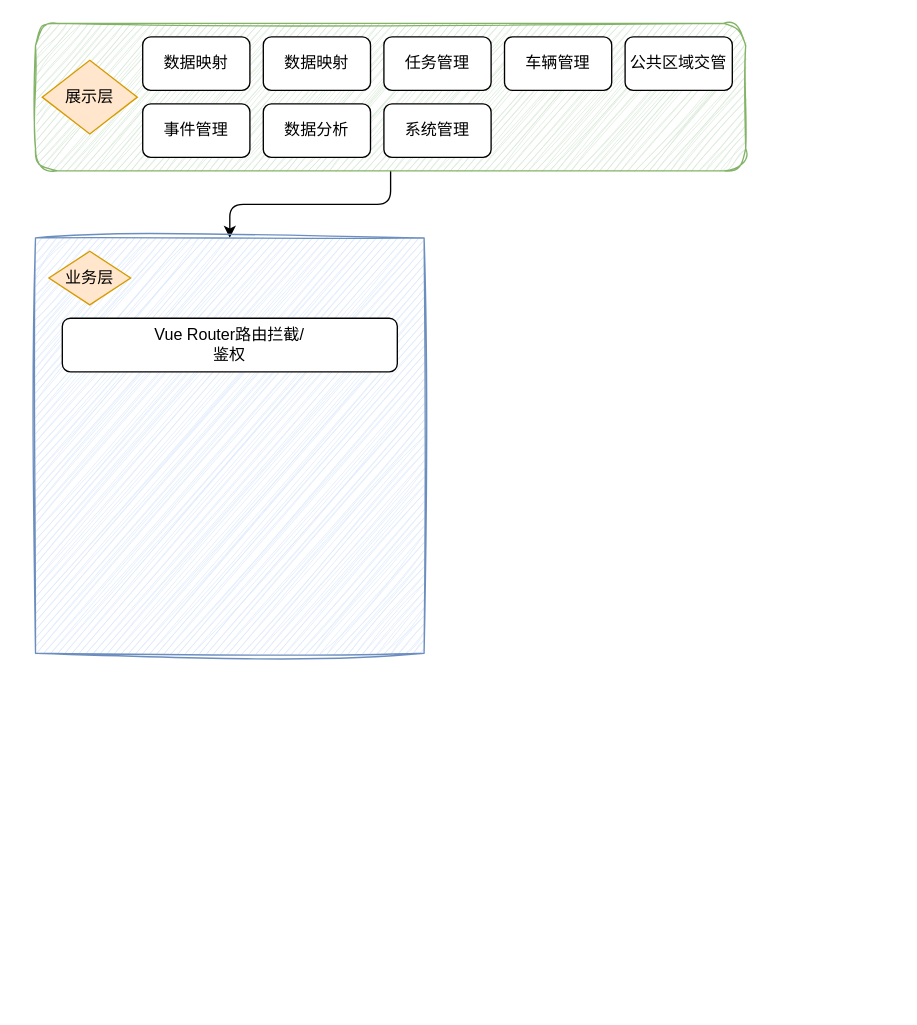
This is diagrams/未命名绘图.drawio from simon-sua/diagram_charts, a draw.io file, before an edit. Source tidied: cells renumbered, new cells numbered last; positions are measured from the earlier drawing's top-left corner, leaving out a move shared by most shapes. Both pictures are drawn from the tidied source at 134%, with x=0, y=0 at pixel (35, 23).
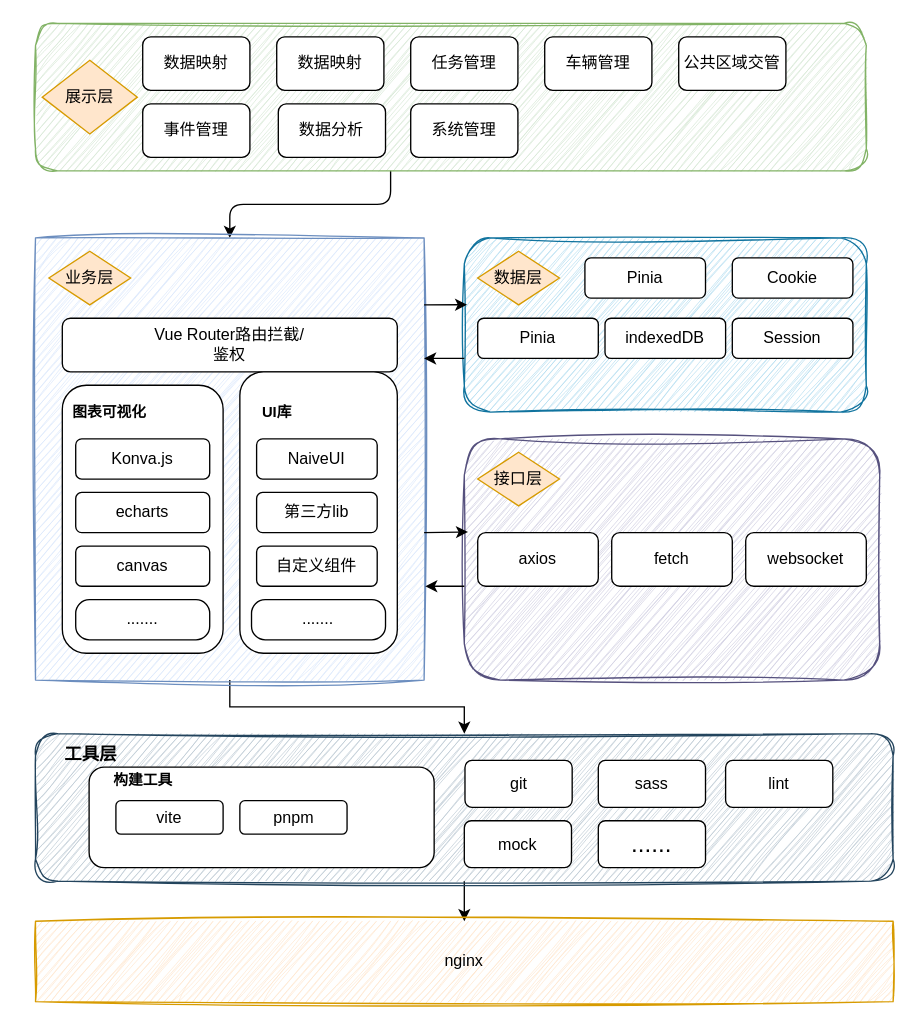
The same diagram, later.

Commit message:
更新未命名绘图.drawio

Change to the diagram source:
```diff
@@
     <mxCell id="2" style="edgeStyle=orthogonalEdgeStyle;rounded=1;jettySize=auto;html=1;" parent="1" edge="1" source="3" target="9">
-      <mxGeometry relative="1" as="geometry" />
+      <mxGeometry relative="1" as="geometry">
+        <Array as="points">
+          <mxPoint x="265" y="135" />
+          <mxPoint x="145" y="135" />
+        </Array>
+      </mxGeometry>
     </mxCell>
     <mxCell id="3" style="rounded=1;whiteSpace=wrap;html=1;fillColor=#d5e8d4;strokeColor=#82b366;shadow=0;glass=0;sketch=1;curveFitting=1;jiggle=2;" parent="1" vertex="1">
-      <mxGeometry width="530" height="110" as="geometry" />
+      <mxGeometry width="620" height="110" as="geometry" />
     </mxCell>
@@
     <mxCell id="5" value="数据映射" style="rounded=1;whiteSpace=wrap;html=1;" parent="1" vertex="1">
-      <mxGeometry x="170" y="10" width="80" height="40" as="geometry" />
+      <mxGeometry x="180" y="10" width="80" height="40" as="geometry" />
     </mxCell>
     <mxCell id="6" value="任务管理" style="rounded=1;whiteSpace=wrap;html=1;" parent="1" vertex="1">
-      <mxGeometry x="260" y="10" width="80" height="40" as="geometry" />
+      <mxGeometry x="280" y="10" width="80" height="40" as="geometry" />
     </mxCell>
     <mxCell id="7" value="车辆管理" style="rounded=1;whiteSpace=wrap;html=1;" parent="1" vertex="1">
-      <mxGeometry x="350" y="10" width="80" height="40" as="geometry" />
+      <mxGeometry x="380" y="10" width="80" height="40" as="geometry" />
     </mxCell>
     <mxCell id="8" value="公共区域交管" style="rounded=1;whiteSpace=wrap;html=1;" parent="1" vertex="1">
-      <mxGeometry x="440" y="10" width="80" height="40" as="geometry" />
+      <mxGeometry x="480" y="10" width="80" height="40" as="geometry" />
     </mxCell>
+    <mxCell id="16" style="edgeStyle=orthogonalEdgeStyle;rounded=0;jettySize=auto;html=1;" parent="1" edge="1" source="9" target="42">
+      <mxGeometry relative="1" as="geometry" />
+    </mxCell>
     <mxCell id="9" style="rounded=0;whiteSpace=wrap;html=1;fillColor=#dae8fc;strokeColor=#6c8ebf;sketch=1;curveFitting=1;jiggle=2;" parent="1" vertex="1">
-      <mxGeometry y="160" width="290" height="310" as="geometry" />
+      <mxGeometry y="160" width="290" height="330" as="geometry" />
     </mxCell>
@@
     <mxCell id="12" value="数据分析" style="rounded=1;whiteSpace=wrap;html=1;" parent="1" vertex="1">
-      <mxGeometry x="170" y="60" width="80" height="40" as="geometry" />
+      <mxGeometry x="181.2" y="60" width="80" height="40" as="geometry" />
     </mxCell>
     <mxCell id="13" value="系统管理" style="rounded=1;whiteSpace=wrap;html=1;" parent="1" vertex="1">
-      <mxGeometry x="260" y="60" width="80" height="40" as="geometry" />
+      <mxGeometry x="280" y="60" width="80" height="40" as="geometry" />
     </mxCell>
@@
+    <mxCell id="17" style="rounded=1;whiteSpace=wrap;html=1;" parent="1" vertex="1">
+      <mxGeometry x="20" y="270" width="120" height="200" as="geometry" />
+    </mxCell>
+    <mxCell id="18" style="rounded=1;whiteSpace=wrap;html=1;" parent="1" vertex="1">
+      <mxGeometry x="152.5" y="260" width="117.5" height="210" as="geometry" />
+    </mxCell>
+    <mxCell id="19" value="图表可视化" style="text;strokeColor=none;fillColor=none;html=1;fontSize=11;fontStyle=1;verticalAlign=middle;align=center;" parent="1" vertex="1">
+      <mxGeometry x="5" y="270" width="100" height="40" as="geometry" />
+    </mxCell>
+    <mxCell id="20" value="Konva.js" style="rounded=1;whiteSpace=wrap;html=1;" parent="1" vertex="1">
+      <mxGeometry x="30" y="310" width="100" height="30" as="geometry" />
+    </mxCell>
+    <mxCell id="21" value="echarts" style="rounded=1;whiteSpace=wrap;html=1;" parent="1" vertex="1">
+      <mxGeometry x="30" y="350" width="100" height="30" as="geometry" />
+    </mxCell>
+    <mxCell id="22" value="canvas" style="rounded=1;whiteSpace=wrap;html=1;" parent="1" vertex="1">
+      <mxGeometry x="30" y="390" width="100" height="30" as="geometry" />
+    </mxCell>
+    <mxCell id="23" value="UI库" style="text;strokeColor=none;fillColor=none;html=1;fontSize=11;fontStyle=1;verticalAlign=middle;align=center;" parent="1" vertex="1">
+      <mxGeometry x="130" y="270" width="100" height="40" as="geometry" />
+    </mxCell>
+    <mxCell id="24" value="NaiveUI" style="rounded=1;whiteSpace=wrap;html=1;" parent="1" vertex="1">
+      <mxGeometry x="165" y="310" width="90" height="30" as="geometry" />
+    </mxCell>
+    <mxCell id="25" value="第三方lib" style="rounded=1;whiteSpace=wrap;html=1;" parent="1" vertex="1">
+      <mxGeometry x="165" y="350" width="90" height="30" as="geometry" />
+    </mxCell>
+    <mxCell id="26" value="自定义组件" style="rounded=1;whiteSpace=wrap;html=1;" parent="1" vertex="1">
+      <mxGeometry x="165" y="390" width="90" height="30" as="geometry" />
+    </mxCell>
+    <mxCell id="27" value="......." style="rounded=1;whiteSpace=wrap;html=1;arcSize=34;" parent="1" vertex="1">
+      <mxGeometry x="30" y="430" width="100" height="30" as="geometry" />
+    </mxCell>
+    <mxCell id="28" value="......." style="rounded=1;whiteSpace=wrap;html=1;arcSize=34;" parent="1" vertex="1">
+      <mxGeometry x="161.2" y="430" width="100" height="30" as="geometry" />
+    </mxCell>
+    <mxCell id="29" style="rounded=1;whiteSpace=wrap;html=1;fillColor=#b1ddf0;strokeColor=#10739e;sketch=1;curveFitting=1;jiggle=2;shadow=0;" parent="1" vertex="1">
+      <mxGeometry x="320" y="160" width="300" height="130" as="geometry" />
+    </mxCell>
+    <mxCell id="30" value="数据层" style="rhombus;whiteSpace=wrap;html=1;fillColor=#ffe6cc;strokeColor=#d79b00;" parent="1" vertex="1">
+      <mxGeometry x="330" y="170" width="61" height="40" as="geometry" />
+    </mxCell>
+    <mxCell id="31" value="Pinia" style="rounded=1;whiteSpace=wrap;html=1;" parent="1" vertex="1">
+      <mxGeometry x="410" y="175" width="90" height="30" as="geometry" />
+    </mxCell>
+    <mxCell id="32" value="Cookie" style="rounded=1;whiteSpace=wrap;html=1;" parent="1" vertex="1">
+      <mxGeometry x="520" y="175" width="90" height="30" as="geometry" />
+    </mxCell>
+    <mxCell id="33" value="indexedDB" style="rounded=1;whiteSpace=wrap;html=1;" parent="1" vertex="1">
+      <mxGeometry x="425" y="220" width="90" height="30" as="geometry" />
+    </mxCell>
+    <mxCell id="34" value="Pinia" style="rounded=1;whiteSpace=wrap;html=1;" parent="1" vertex="1">
+      <mxGeometry x="330" y="220" width="90" height="30" as="geometry" />
+    </mxCell>
+    <mxCell id="35" value="Session" style="rounded=1;whiteSpace=wrap;html=1;" parent="1" vertex="1">
+      <mxGeometry x="520" y="220" width="90" height="30" as="geometry" />
+    </mxCell>
+    <mxCell id="36" style="rounded=1;whiteSpace=wrap;html=1;fillColor=#d0cee2;strokeColor=#56517e;sketch=1;curveFitting=1;jiggle=2;" parent="1" vertex="1">
+      <mxGeometry x="320" y="310" width="310" height="180" as="geometry" />
+    </mxCell>
+    <mxCell id="37" value="接口层" style="rhombus;whiteSpace=wrap;html=1;fillColor=#ffe6cc;strokeColor=#d79b00;" parent="1" vertex="1">
+      <mxGeometry x="330" y="320" width="61" height="40" as="geometry" />
+    </mxCell>
+    <mxCell id="38" value="axios" style="rounded=1;whiteSpace=wrap;html=1;" parent="1" vertex="1">
+      <mxGeometry x="330" y="380" width="90" height="40" as="geometry" />
+    </mxCell>
+    <mxCell id="39" value="fetch" style="rounded=1;whiteSpace=wrap;html=1;" parent="1" vertex="1">
+      <mxGeometry x="430" y="380" width="90" height="40" as="geometry" />
+    </mxCell>
+    <mxCell id="40" value="websocket" style="rounded=1;whiteSpace=wrap;html=1;" parent="1" vertex="1">
+      <mxGeometry x="530" y="380" width="90" height="40" as="geometry" />
+    </mxCell>
+    <mxCell id="41" style="edgeStyle=orthogonalEdgeStyle;rounded=0;jettySize=auto;html=1;" parent="1" edge="1" source="42" target="57">
+      <mxGeometry relative="1" as="geometry" />
+    </mxCell>
+    <mxCell id="42" style="rounded=1;whiteSpace=wrap;html=1;fillColor=#bac8d3;strokeColor=#23445d;sketch=1;curveFitting=1;jiggle=2;" parent="1" vertex="1">
+      <mxGeometry y="530" width="640" height="110" as="geometry" />
+    </mxCell>
+    <mxCell id="43" style="endArrow=classic;html=1;rounded=0;entryX=0.007;entryY=0.384;entryDx=0;entryDy=0;entryPerimeter=0;" parent="1" edge="1" target="29">
+      <mxGeometry relative="1" as="geometry">
+        <mxPoint x="290" y="210" as="sourcePoint" />
+      </mxGeometry>
+    </mxCell>
+    <mxCell id="44" style="endArrow=classic;html=1;rounded=0;" parent="1" edge="1">
+      <mxGeometry relative="1" as="geometry">
+        <mxPoint x="320" y="250" as="sourcePoint" />
+        <mxPoint x="290" y="250" as="targetPoint" />
+      </mxGeometry>
+    </mxCell>
+    <mxCell id="45" style="endArrow=classic;html=1;rounded=0;entryX=0.009;entryY=0.386;entryDx=0;entryDy=0;entryPerimeter=0;" parent="1" edge="1" target="36">
+      <mxGeometry relative="1" as="geometry">
+        <mxPoint x="290" y="380" as="sourcePoint" />
+      </mxGeometry>
+    </mxCell>
+    <mxCell id="46" style="endArrow=classic;html=1;rounded=0;entryX=1.003;entryY=0.788;entryDx=0;entryDy=0;entryPerimeter=0;" parent="1" edge="1" target="9">
+      <mxGeometry relative="1" as="geometry">
+        <mxPoint x="320" y="420" as="sourcePoint" />
+      </mxGeometry>
+    </mxCell>
+    <mxCell id="47" style="rounded=1;whiteSpace=wrap;html=1;" parent="1" vertex="1">
+      <mxGeometry x="40" y="555" width="257.5" height="75" as="geometry" />
+    </mxCell>
+    <mxCell id="48" value="工具层" style="text;strokeColor=none;fillColor=none;html=1;fontSize=13;fontStyle=1;verticalAlign=middle;align=center;" parent="1" vertex="1">
+      <mxGeometry x="-9.5" y="525" width="100" height="40" as="geometry" />
+    </mxCell>
+    <mxCell id="49" value="构建工具" style="text;strokeColor=none;fillColor=none;html=1;fontSize=11;fontStyle=1;verticalAlign=middle;align=center;" parent="1" vertex="1">
+      <mxGeometry x="30" y="545" width="100" height="40" as="geometry" />
+    </mxCell>
+    <mxCell id="50" value="vite" style="rounded=1;whiteSpace=wrap;html=1;" parent="1" vertex="1">
+      <mxGeometry x="60" y="580" width="80" height="25" as="geometry" />
+    </mxCell>
+    <mxCell id="51" value="pnpm" style="rounded=1;whiteSpace=wrap;html=1;" parent="1" vertex="1">
+      <mxGeometry x="152.5" y="580" width="80" height="25" as="geometry" />
+    </mxCell>
+    <mxCell id="52" value="git" style="rounded=1;whiteSpace=wrap;html=1;" parent="1" vertex="1">
+      <mxGeometry x="320.5" y="550" width="80" height="35" as="geometry" />
+    </mxCell>
+    <mxCell id="53" value="sass" style="rounded=1;whiteSpace=wrap;html=1;" parent="1" vertex="1">
+      <mxGeometry x="420" y="550" width="80" height="35" as="geometry" />
+    </mxCell>
+    <mxCell id="54" value="lint" style="rounded=1;whiteSpace=wrap;html=1;" parent="1" vertex="1">
+      <mxGeometry x="515" y="550" width="80" height="35" as="geometry" />
+    </mxCell>
+    <mxCell id="55" value="mock" style="rounded=1;whiteSpace=wrap;html=1;" parent="1" vertex="1">
+      <mxGeometry x="320" y="595" width="80" height="35" as="geometry" />
+    </mxCell>
+    <mxCell id="56" value="......" style="rounded=1;whiteSpace=wrap;html=1;fontSize=18;" parent="1" vertex="1">
+      <mxGeometry x="420" y="595" width="80" height="35" as="geometry" />
+    </mxCell>
+    <mxCell id="57" value="nginx" style="rounded=0;whiteSpace=wrap;html=1;fillColor=#ffe6cc;strokeColor=#d79b00;sketch=1;curveFitting=1;jiggle=2;" parent="1" vertex="1">
+      <mxGeometry y="670" width="640" height="60" as="geometry" />
+    </mxCell>
```
